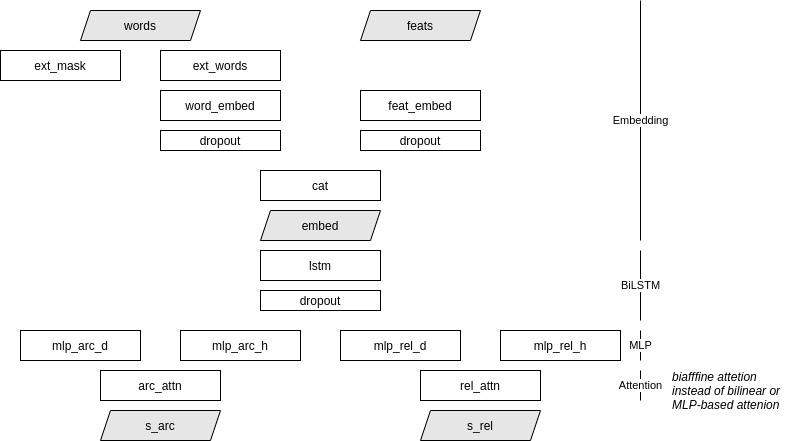
Before: wip_vlsp2020_dp/img/biaffine_attention_dependency_parsing.png, a diagram exported from draw.io (undertheseanlp/playground). Source tidied: cells renumbered, new cells last; positions are measured from the earlier drawing's top-left corner, leaving out a move shared by most shapes.
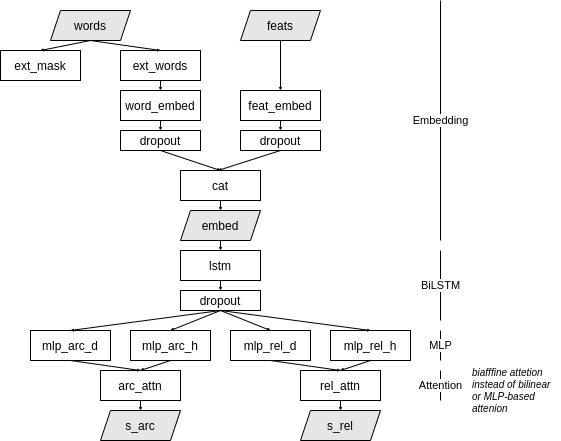
Later version of the same file.

What changed in the source:
```diff
@@ -3,91 +3,154 @@
     <mxCell id="0" />
     <mxCell id="1" parent="0" />
     <mxCell id="2" value="ext_mask" style="rounded=1;whiteSpace=wrap;html=1;arcSize=0;" parent="1" vertex="1">
-      <mxGeometry y="50" width="120" height="30" as="geometry" />
+      <mxGeometry y="50" width="80" height="30" as="geometry" />
     </mxCell>
     <mxCell id="3" value="ext_words" style="rounded=1;whiteSpace=wrap;html=1;arcSize=0;" parent="1" vertex="1">
-      <mxGeometry x="160" y="50" width="120" height="30" as="geometry" />
+      <mxGeometry x="120" y="50" width="80" height="30" as="geometry" />
     </mxCell>
     <mxCell id="4" value="word_embed" style="rounded=1;whiteSpace=wrap;html=1;arcSize=0;" parent="1" vertex="1">
-      <mxGeometry x="160" y="90" width="120" height="30" as="geometry" />
+      <mxGeometry x="120" y="90" width="80" height="30" as="geometry" />
     </mxCell>
     <mxCell id="5" value="feat_embed" style="rounded=1;whiteSpace=wrap;html=1;arcSize=0;" parent="1" vertex="1">
-      <mxGeometry x="360" y="90" width="120" height="30" as="geometry" />
+      <mxGeometry x="240" y="90" width="80" height="30" as="geometry" />
     </mxCell>
     <mxCell id="6" value="cat" style="rounded=1;whiteSpace=wrap;html=1;arcSize=0;" parent="1" vertex="1">
-      <mxGeometry x="260" y="170" width="120" height="30" as="geometry" />
+      <mxGeometry x="180" y="170" width="80" height="30" as="geometry" />
     </mxCell>
     <mxCell id="7" value="&lt;span&gt;words&lt;/span&gt;" style="shape=parallelogram;perimeter=parallelogramPerimeter;whiteSpace=wrap;html=1;fixedSize=1;size=10;fillColor=#E6E6E6;" parent="1" vertex="1">
-      <mxGeometry x="80" y="10" width="120" height="30" as="geometry" />
+      <mxGeometry x="50" y="10" width="80" height="30" as="geometry" />
     </mxCell>
     <mxCell id="8" value="&lt;span&gt;feats&lt;/span&gt;" style="shape=parallelogram;perimeter=parallelogramPerimeter;whiteSpace=wrap;html=1;fixedSize=1;size=10;fillColor=#E6E6E6;" parent="1" vertex="1">
-      <mxGeometry x="360" y="10" width="120" height="30" as="geometry" />
+      <mxGeometry x="240" y="10" width="80" height="30" as="geometry" />
     </mxCell>
     <mxCell id="9" value="&lt;span&gt;embed&lt;/span&gt;" style="shape=parallelogram;perimeter=parallelogramPerimeter;whiteSpace=wrap;html=1;fixedSize=1;size=10;fillColor=#E6E6E6;" parent="1" vertex="1">
-      <mxGeometry x="260" y="210" width="120" height="30" as="geometry" />
+      <mxGeometry x="180" y="210" width="80" height="30" as="geometry" />
     </mxCell>
     <mxCell id="10" value="lstm" style="rounded=1;whiteSpace=wrap;html=1;arcSize=0;" parent="1" vertex="1">
-      <mxGeometry x="260" y="250" width="120" height="30" as="geometry" />
+      <mxGeometry x="180" y="250" width="80" height="30" as="geometry" />
     </mxCell>
     <mxCell id="11" value="dropout" style="rounded=1;whiteSpace=wrap;html=1;arcSize=0;" parent="1" vertex="1">
-      <mxGeometry x="160" y="130" width="120" height="20" as="geometry" />
+      <mxGeometry x="120" y="130" width="80" height="20" as="geometry" />
     </mxCell>
     <mxCell id="12" value="dropout" style="rounded=1;whiteSpace=wrap;html=1;arcSize=0;" parent="1" vertex="1">
-      <mxGeometry x="360" y="130" width="120" height="20" as="geometry" />
+      <mxGeometry x="240" y="130" width="80" height="20" as="geometry" />
     </mxCell>
     <mxCell id="13" value="dropout" style="rounded=1;whiteSpace=wrap;html=1;arcSize=0;" parent="1" vertex="1">
-      <mxGeometry x="260" y="290" width="120" height="20" as="geometry" />
+      <mxGeometry x="180" y="290" width="80" height="20" as="geometry" />
     </mxCell>
     <mxCell id="14" value="mlp_arc_d" style="rounded=1;whiteSpace=wrap;html=1;arcSize=0;" parent="1" vertex="1">
-      <mxGeometry x="20" y="330" width="120" height="30" as="geometry" />
+      <mxGeometry x="30" y="330" width="80" height="30" as="geometry" />
     </mxCell>
     <mxCell id="15" value="mlp_arc_h" style="rounded=1;whiteSpace=wrap;html=1;arcSize=0;" parent="1" vertex="1">
-      <mxGeometry x="180" y="330" width="120" height="30" as="geometry" />
+      <mxGeometry x="130" y="330" width="80" height="30" as="geometry" />
     </mxCell>
     <mxCell id="16" value="mlp_rel_d" style="rounded=1;whiteSpace=wrap;html=1;arcSize=0;" parent="1" vertex="1">
-      <mxGeometry x="340" y="330" width="120" height="30" as="geometry" />
+      <mxGeometry x="230" y="330" width="80" height="30" as="geometry" />
     </mxCell>
     <mxCell id="17" value="mlp_rel_h" style="rounded=1;whiteSpace=wrap;html=1;arcSize=0;" parent="1" vertex="1">
-      <mxGeometry x="500" y="330" width="120" height="30" as="geometry" />
+      <mxGeometry x="330" y="330" width="80" height="30" as="geometry" />
     </mxCell>
     <mxCell id="18" value="arc_attn" style="rounded=1;whiteSpace=wrap;html=1;arcSize=0;" parent="1" vertex="1">
-      <mxGeometry x="100" y="370" width="120" height="30" as="geometry" />
+      <mxGeometry x="100" y="370" width="80" height="30" as="geometry" />
     </mxCell>
     <mxCell id="19" value="rel_attn" style="rounded=1;whiteSpace=wrap;html=1;arcSize=0;" parent="1" vertex="1">
-      <mxGeometry x="420" y="370" width="120" height="30" as="geometry" />
+      <mxGeometry x="300" y="370" width="80" height="30" as="geometry" />
     </mxCell>
     <mxCell id="20" value="&lt;span&gt;s_arc&lt;/span&gt;" style="shape=parallelogram;perimeter=parallelogramPerimeter;whiteSpace=wrap;html=1;fixedSize=1;size=10;fillColor=#E6E6E6;" parent="1" vertex="1">
-      <mxGeometry x="100" y="410" width="120" height="30" as="geometry" />
+      <mxGeometry x="100" y="410" width="80" height="30" as="geometry" />
     </mxCell>
     <mxCell id="21" value="s_rel" style="shape=parallelogram;perimeter=parallelogramPerimeter;whiteSpace=wrap;html=1;fixedSize=1;size=10;fillColor=#E6E6E6;" parent="1" vertex="1">
-      <mxGeometry x="420" y="410" width="120" height="30" as="geometry" />
+      <mxGeometry x="300" y="410" width="80" height="30" as="geometry" />
     </mxCell>
     <mxCell id="22" value="Embedding" style="endArrow=none;html=1;" parent="1" edge="1">
       <mxGeometry relative="1" as="geometry">
-        <mxPoint x="640" y="240" as="sourcePoint" />
-        <mxPoint x="640" as="targetPoint" />
+        <mxPoint x="440" y="240" as="sourcePoint" />
+        <mxPoint x="440" as="targetPoint" />
       </mxGeometry>
     </mxCell>
     <mxCell id="23" value="BiLSTM" style="endArrow=none;html=1;" parent="1" edge="1">
       <mxGeometry relative="1" as="geometry">
-        <mxPoint x="640" y="320" as="sourcePoint" />
-        <mxPoint x="640" y="250" as="targetPoint" />
+        <mxPoint x="440" y="320" as="sourcePoint" />
+        <mxPoint x="440" y="250" as="targetPoint" />
       </mxGeometry>
     </mxCell>
     <mxCell id="24" value="MLP" style="endArrow=none;html=1;" parent="1" edge="1">
       <mxGeometry relative="1" as="geometry">
-        <mxPoint x="640" y="360" as="sourcePoint" />
-        <mxPoint x="640" y="330" as="targetPoint" />
+        <mxPoint x="440" y="360" as="sourcePoint" />
+        <mxPoint x="440" y="330" as="targetPoint" />
       </mxGeometry>
     </mxCell>
     <mxCell id="25" value="Attention" style="endArrow=none;html=1;" parent="1" edge="1">
       <mxGeometry relative="1" as="geometry">
-        <mxPoint x="640" y="400" as="sourcePoint" />
-        <mxPoint x="640" y="370" as="targetPoint" />
+        <mxPoint x="440" y="400" as="sourcePoint" />
+        <mxPoint x="440" y="370" as="targetPoint" />
       </mxGeometry>
     </mxCell>
-    <mxCell id="26" value="biafffine attetion instead of bilinear or MLP-based attenion" style="text;html=1;strokeColor=none;fillColor=none;align=left;verticalAlign=middle;whiteSpace=wrap;rounded=0;fontStyle=2;" parent="1" vertex="1">
-      <mxGeometry x="670" y="370" width="120" height="40" as="geometry" />
+    <mxCell id="26" value="biafffine attetion instead of bilinear or MLP-based attenion" style="text;html=1;strokeColor=none;fillColor=none;align=left;verticalAlign=middle;whiteSpace=wrap;rounded=0;fontStyle=2;fontSize=10;" parent="1" vertex="1">
+      <mxGeometry x="470" y="370" width="90" height="40" as="geometry" />
     </mxCell>
+    <mxCell id="27" style="endArrow=classic;html=1;exitX=0.5;exitY=1;exitDx=0;exitDy=0;entryX=0.5;entryY=0;entryDx=0;entryDy=0;endSize=1;startSize=1;" parent="1" edge="1" source="7" target="2">
+      <mxGeometry relative="1" as="geometry" />
+    </mxCell>
+    <mxCell id="28" style="endArrow=classic;html=1;entryX=0.5;entryY=0;entryDx=0;entryDy=0;endSize=1;startSize=1;exitX=0.5;exitY=1;exitDx=0;exitDy=0;" parent="1" edge="1" source="7" target="3">
+      <mxGeometry relative="1" as="geometry" />
+    </mxCell>
+    <mxCell id="29" style="endArrow=classic;html=1;exitX=0.5;exitY=1;exitDx=0;exitDy=0;entryX=0.5;entryY=0;entryDx=0;entryDy=0;endSize=1;startSize=1;" parent="1" edge="1" source="3" target="4">
+      <mxGeometry relative="1" as="geometry" />
+    </mxCell>
+    <mxCell id="30" style="endArrow=classic;html=1;exitX=0.5;exitY=1;exitDx=0;exitDy=0;entryX=0.5;entryY=0;entryDx=0;entryDy=0;endSize=1;startSize=1;" parent="1" edge="1" source="4" target="11">
+      <mxGeometry relative="1" as="geometry" />
+    </mxCell>
+    <mxCell id="31" style="endArrow=classic;html=1;exitX=0.5;exitY=1;exitDx=0;exitDy=0;entryX=0.5;entryY=0;entryDx=0;entryDy=0;endSize=1;startSize=1;" parent="1" edge="1" source="8" target="5">
+      <mxGeometry relative="1" as="geometry" />
+    </mxCell>
+    <mxCell id="32" style="endArrow=classic;html=1;exitX=0.5;exitY=1;exitDx=0;exitDy=0;entryX=0.5;entryY=0;entryDx=0;entryDy=0;endSize=1;startSize=1;" parent="1" edge="1" source="5" target="12">
+      <mxGeometry relative="1" as="geometry" />
+    </mxCell>
+    <mxCell id="33" style="endArrow=classic;html=1;exitX=0.5;exitY=1;exitDx=0;exitDy=0;entryX=0.5;entryY=0;entryDx=0;entryDy=0;endSize=1;startSize=1;" parent="1" edge="1" source="11" target="6">
+      <mxGeometry relative="1" as="geometry" />
+    </mxCell>
+    <mxCell id="34" style="endArrow=classic;html=1;exitX=0.5;exitY=1;exitDx=0;exitDy=0;entryX=0.469;entryY=0;entryDx=0;entryDy=0;endSize=1;startSize=1;entryPerimeter=0;" parent="1" edge="1" source="12" target="6">
+      <mxGeometry relative="1" as="geometry" />
+    </mxCell>
+    <mxCell id="35" style="endArrow=classic;html=1;exitX=0.5;exitY=1;exitDx=0;exitDy=0;entryX=0.5;entryY=0;entryDx=0;entryDy=0;endSize=1;startSize=1;" parent="1" edge="1" source="6" target="9">
+      <mxGeometry relative="1" as="geometry" />
+    </mxCell>
+    <mxCell id="36" style="endArrow=classic;html=1;exitX=0.5;exitY=1;exitDx=0;exitDy=0;entryX=0.5;entryY=0;entryDx=0;entryDy=0;endSize=1;startSize=1;" parent="1" edge="1" source="9" target="10">
+      <mxGeometry relative="1" as="geometry" />
+    </mxCell>
+    <mxCell id="37" style="endArrow=classic;html=1;exitX=0.5;exitY=1;exitDx=0;exitDy=0;entryX=0.5;entryY=0;entryDx=0;entryDy=0;endSize=1;startSize=1;" parent="1" edge="1" source="10" target="13">
+      <mxGeometry relative="1" as="geometry" />
+    </mxCell>
+    <mxCell id="38" style="endArrow=classic;html=1;entryX=0.5;entryY=0;entryDx=0;entryDy=0;endSize=1;startSize=1;exitX=0.5;exitY=1;exitDx=0;exitDy=0;" parent="1" edge="1" source="13" target="14">
+      <mxGeometry relative="1" as="geometry" />
+    </mxCell>
+    <mxCell id="39" style="endArrow=classic;html=1;entryX=0.5;entryY=0;entryDx=0;entryDy=0;endSize=1;startSize=1;exitX=0.5;exitY=1;exitDx=0;exitDy=0;" parent="1" edge="1" source="13" target="15">
+      <mxGeometry relative="1" as="geometry" />
+    </mxCell>
+    <mxCell id="40" style="endArrow=classic;html=1;entryX=0.5;entryY=0;entryDx=0;entryDy=0;endSize=1;startSize=1;exitX=0.5;exitY=1;exitDx=0;exitDy=0;" parent="1" edge="1" source="13" target="16">
+      <mxGeometry relative="1" as="geometry" />
+    </mxCell>
+    <mxCell id="41" style="endArrow=classic;html=1;entryX=0.5;entryY=0;entryDx=0;entryDy=0;endSize=1;startSize=1;exitX=0.5;exitY=1;exitDx=0;exitDy=0;" parent="1" edge="1" source="13" target="17">
+      <mxGeometry relative="1" as="geometry" />
+    </mxCell>
+    <mxCell id="42" style="endArrow=classic;html=1;entryX=0.5;entryY=0;entryDx=0;entryDy=0;endSize=1;startSize=1;exitX=0.5;exitY=1;exitDx=0;exitDy=0;" parent="1" edge="1" source="14" target="18">
+      <mxGeometry relative="1" as="geometry" />
+    </mxCell>
+    <mxCell id="43" style="endArrow=classic;html=1;entryX=0.5;entryY=0;entryDx=0;entryDy=0;endSize=1;startSize=1;exitX=0.5;exitY=1;exitDx=0;exitDy=0;" parent="1" edge="1" source="15" target="18">
+      <mxGeometry relative="1" as="geometry" />
+    </mxCell>
+    <mxCell id="44" style="endArrow=classic;html=1;entryX=0.5;entryY=0;entryDx=0;entryDy=0;endSize=1;startSize=1;exitX=0.5;exitY=1;exitDx=0;exitDy=0;" parent="1" edge="1" source="18" target="20">
+      <mxGeometry relative="1" as="geometry" />
+    </mxCell>
+    <mxCell id="45" style="endArrow=classic;html=1;entryX=0.5;entryY=0;entryDx=0;entryDy=0;endSize=1;startSize=1;exitX=0.5;exitY=1;exitDx=0;exitDy=0;" parent="1" edge="1" source="16" target="19">
+      <mxGeometry relative="1" as="geometry" />
+    </mxCell>
+    <mxCell id="46" style="endArrow=classic;html=1;entryX=0.5;entryY=0;entryDx=0;entryDy=0;endSize=1;startSize=1;exitX=0.5;exitY=1;exitDx=0;exitDy=0;" parent="1" edge="1" source="17" target="19">
+      <mxGeometry relative="1" as="geometry" />
+    </mxCell>
+    <mxCell id="47" style="endArrow=classic;html=1;entryX=0.5;entryY=0;entryDx=0;entryDy=0;endSize=1;startSize=1;exitX=0.5;exitY=1;exitDx=0;exitDy=0;" parent="1" edge="1" source="19" target="21">
+      <mxGeometry relative="1" as="geometry" />
+    </mxCell>
   </root>
 </mxGraphModel>
```
